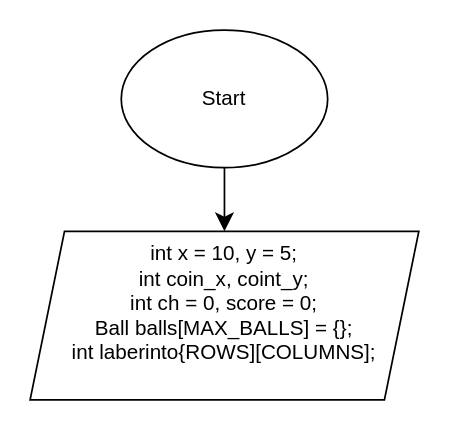
Earlier version of the draw.io diagram ProyectoFinal.drawio (FDP-01-2025/project-ideatic). Source tidied: cells renumbered, new cells numbered last; positions are measured from the earlier drawing's top-left corner, leaving out a move shared by most shapes. Both pictures are drawn from the tidied source at 172%, with x=0, y=0 at pixel (29, 29).
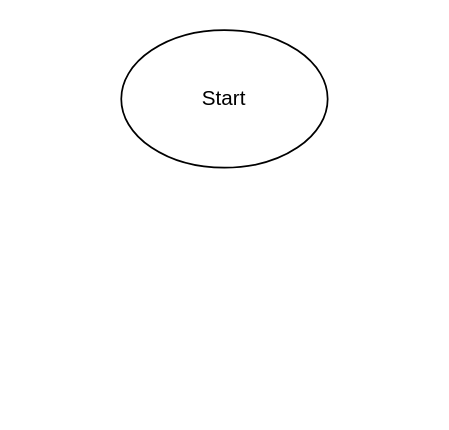
The same diagram, later.

Diff of the diagram source:
```diff
@@
 <mxGraphModel>
   <root>
     <mxCell id="0" />
     <mxCell id="1" parent="0" />
-    <mxCell id="2" style="edgeStyle=none;curved=1;rounded=0;jettySize=auto;html=1;fontSize=12;startSize=8;endSize=8;" parent="1" edge="1" source="3" target="4">
-      <mxGeometry relative="1" as="geometry" />
+    <mxCell id="2" style="edgeStyle=none;curved=1;rounded=0;orthogonalLoop=1;jettySize=auto;html=1;fontSize=12;startSize=8;endSize=8;" parent="1" edge="1">
+      <mxGeometry relative="1" as="geometry">
+        <mxPoint x="136" y="727" as="sourcePoint" />
+      </mxGeometry>
     </mxCell>
     <mxCell id="3" value="Start" style="ellipse;whiteSpace=wrap;html=1;" parent="1" vertex="1">
       <mxGeometry x="53" width="120" height="80" as="geometry" />
     </mxCell>
-    <mxCell id="4" value="int x = 10, y = 5;&lt;div&gt;int coin_x, coint_y;&lt;/div&gt;&lt;div&gt;int ch = 0, score = 0;&lt;/div&gt;&lt;div&gt;Ball balls[MAX_BALLS] = {};&lt;div&gt;int laberinto{ROWS][COLUMNS];&lt;/div&gt;&lt;/div&gt;&lt;div&gt;&lt;br&gt;&lt;/div&gt;" style="shape=parallelogram;perimeter=parallelogramPerimeter;whiteSpace=wrap;html=1;fixedSize=1;" parent="1" vertex="1">
-      <mxGeometry y="117" width="226" height="98" as="geometry" />
-    </mxCell>
   </root>
 </mxGraphModel>
```
